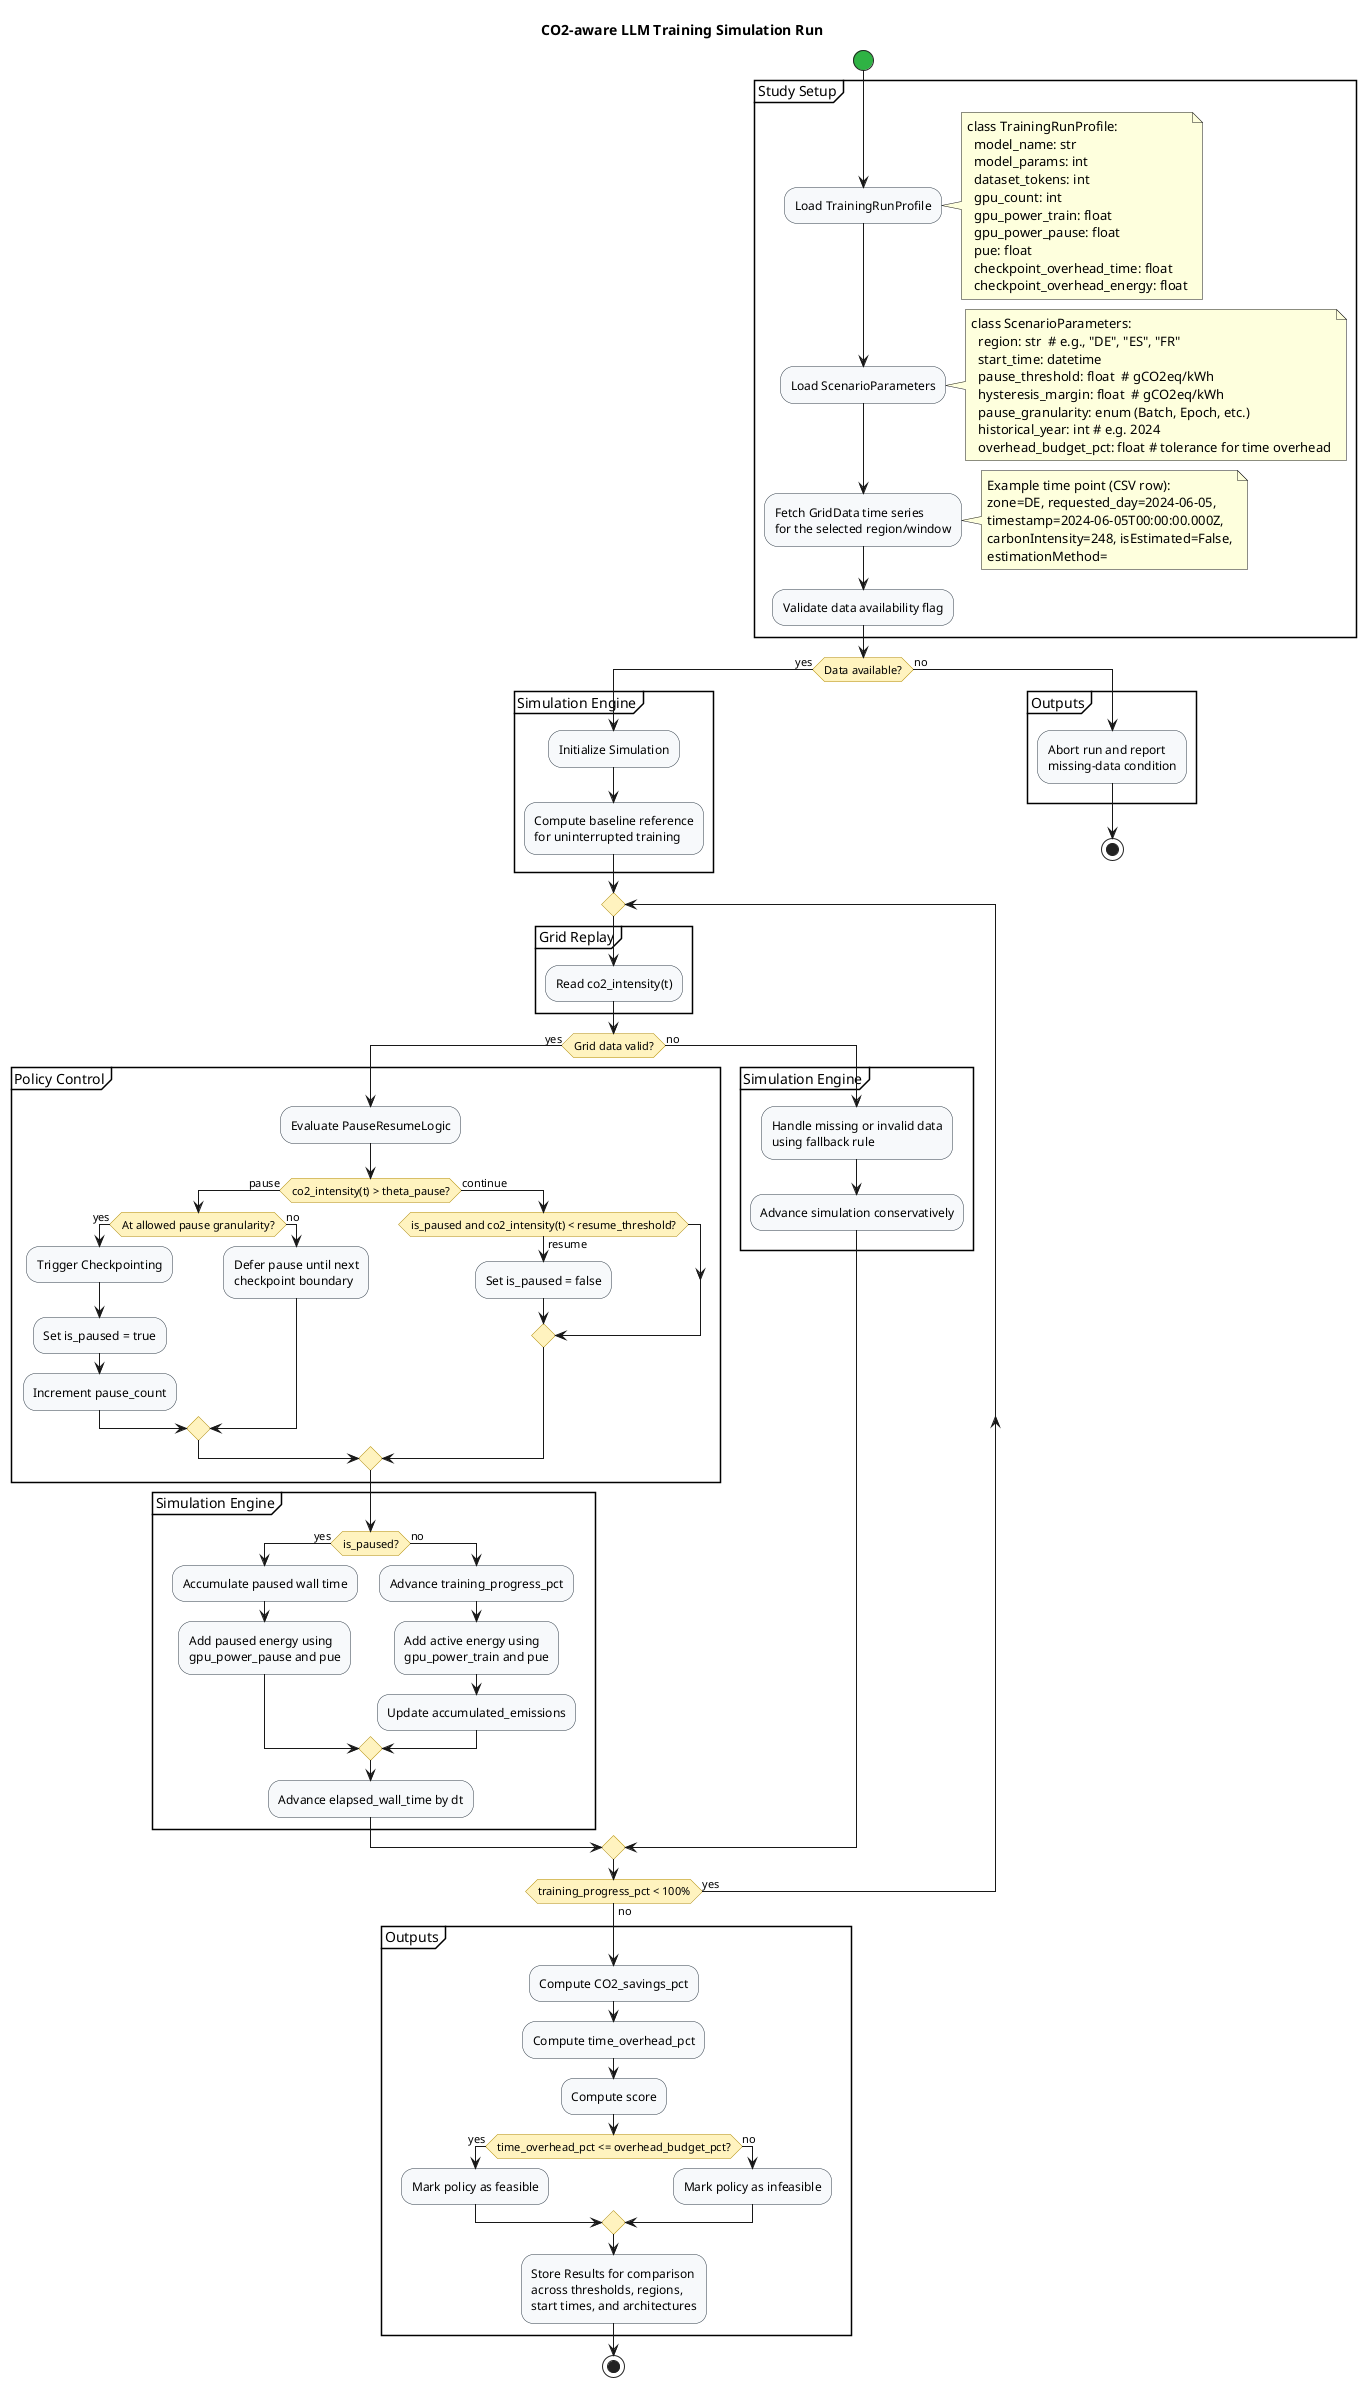
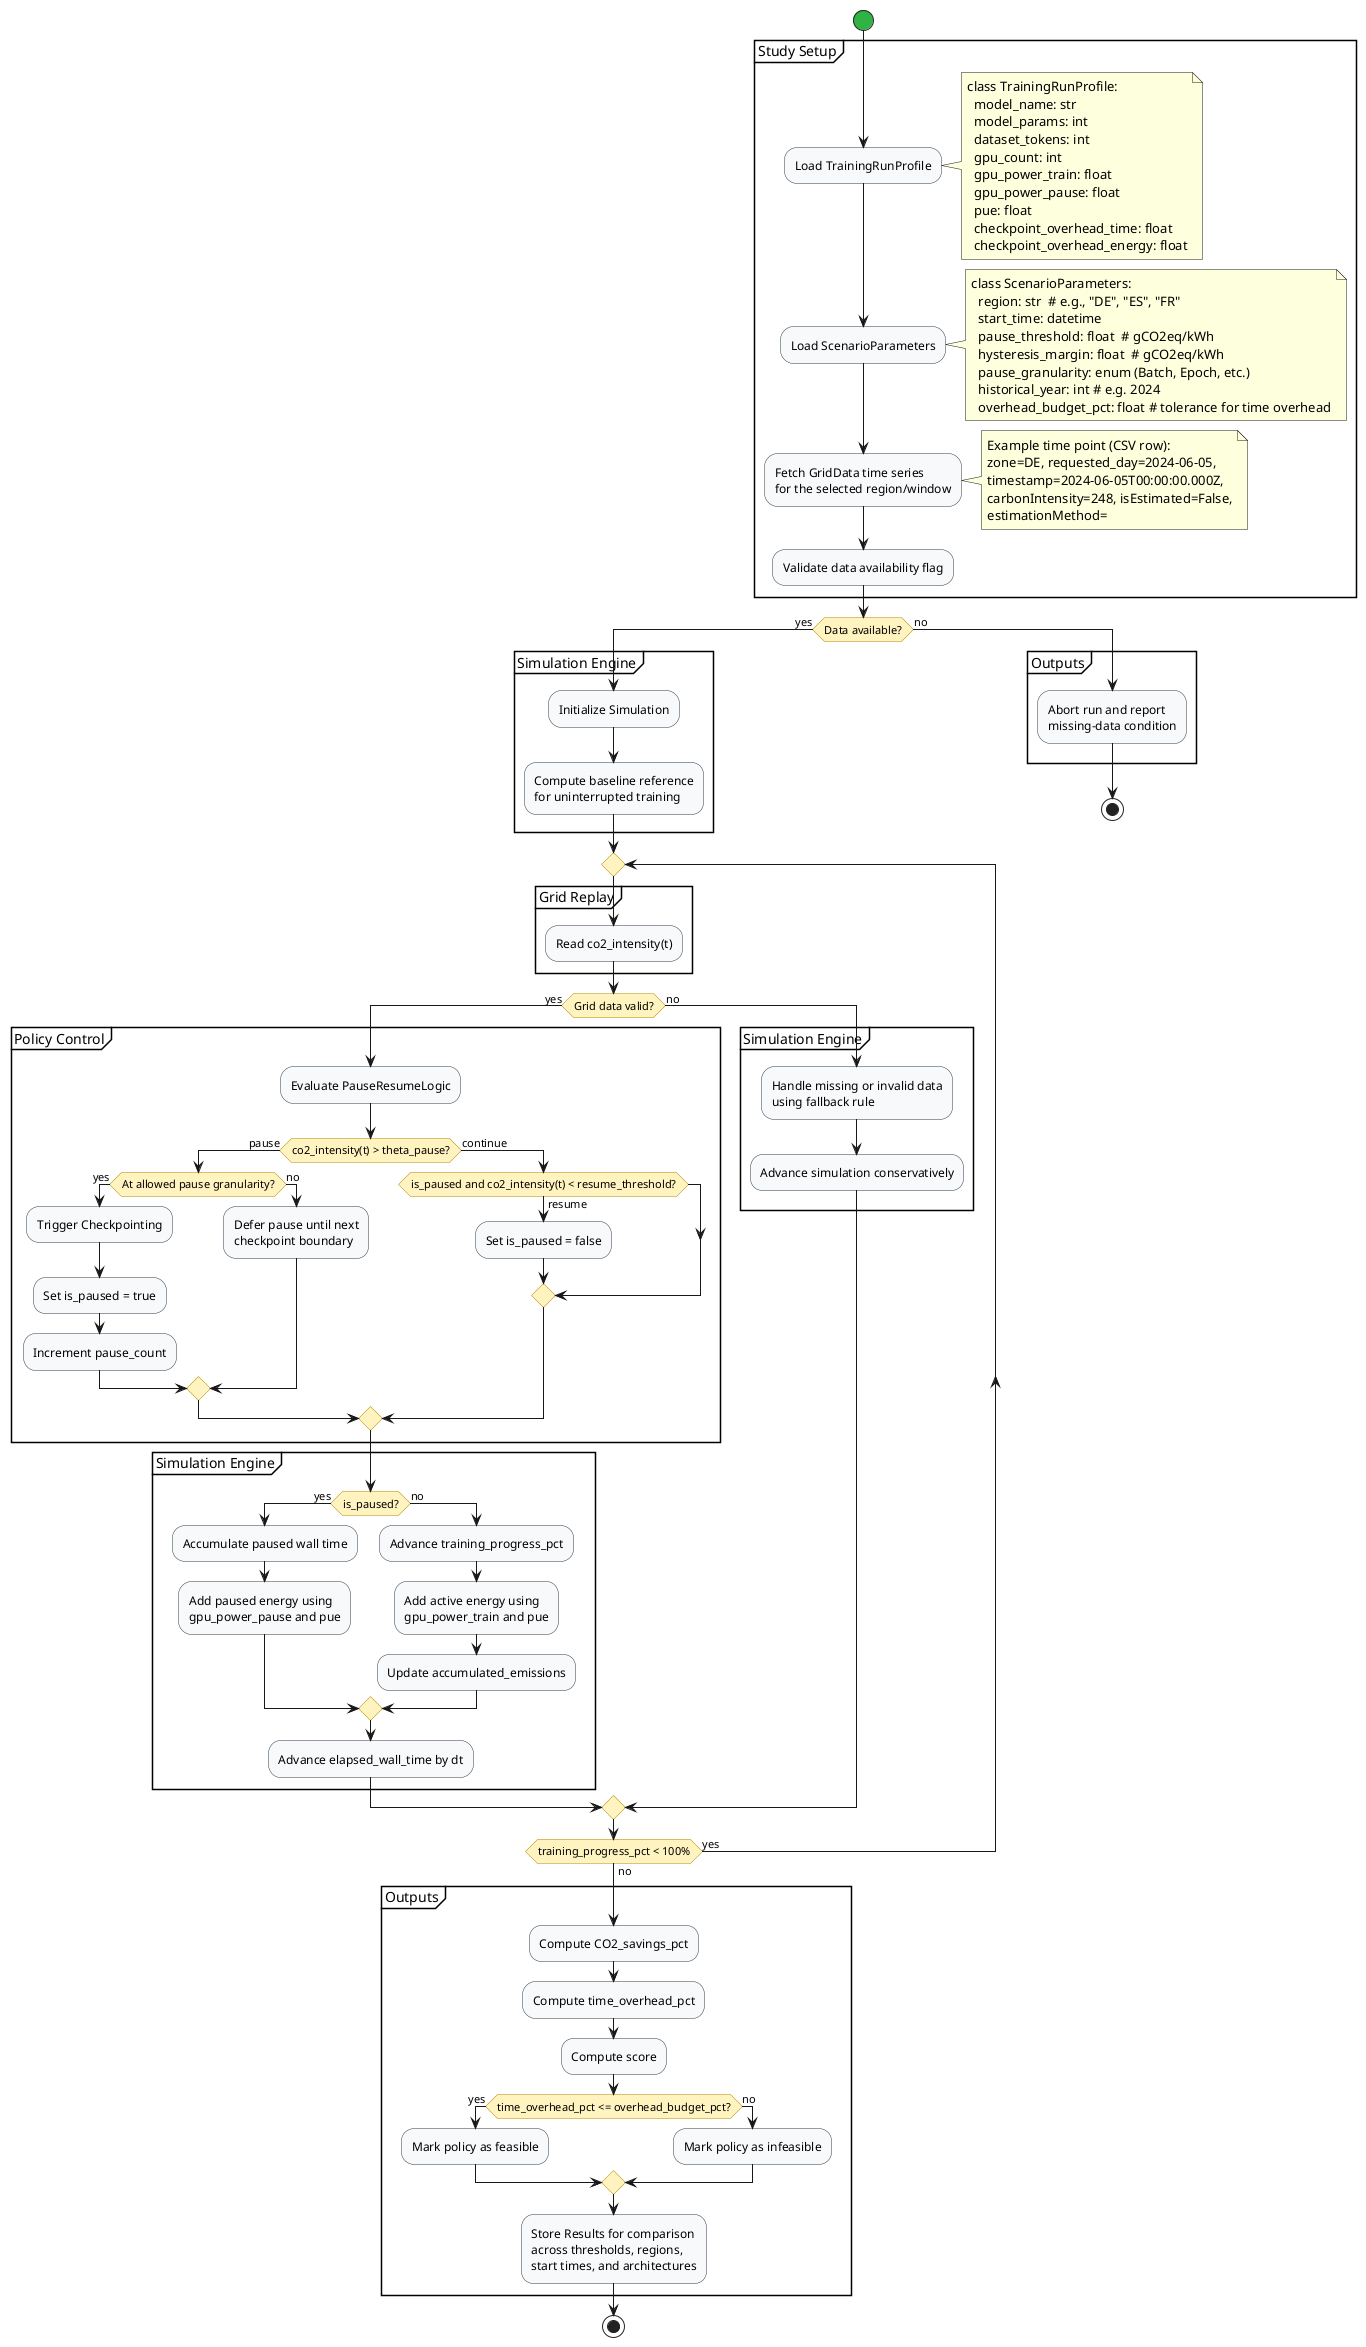
@startuml
- title CO2-aware LLM Training Simulation Run
+ 'title CO2-aware LLM Training Simulation Run

skinparam backgroundColor white
skinparam shadowing false
skinparam activity {
  BorderColor #2E3A46
  BackgroundColor #F7F9FB
  BarColor #5B8FF9
  StartColor #2FB344
  EndColor #D6336C
  DiamondBackgroundColor #FFF3BF
  DiamondBorderColor #B08900
}

start

partition "Study Setup" {
  :Load TrainingRunProfile;
  note right
    class TrainingRunProfile:
      model_name: str
      model_params: int
      dataset_tokens: int
      gpu_count: int
      gpu_power_train: float
      gpu_power_pause: float
      pue: float
      checkpoint_overhead_time: float
      checkpoint_overhead_energy: float
  end note
  :Load ScenarioParameters;
  note right
    class ScenarioParameters:
      region: str  # e.g., "DE", "ES", "FR"
      start_time: datetime
      pause_threshold: float  # gCO2eq/kWh
      hysteresis_margin: float  # gCO2eq/kWh
      pause_granularity: enum (Batch, Epoch, etc.)
      historical_year: int # e.g. 2024
      overhead_budget_pct: float # tolerance for time overhead
  end note
  :Fetch GridData time series
  for the selected region/window;
  note right
    Example time point (CSV row):
    zone=DE, requested_day=2024-06-05,
    timestamp=2024-06-05T00:00:00.000Z,
    carbonIntensity=248, isEstimated=False,
    estimationMethod=
  end note
  :Validate data availability flag;
}

if (Data available?) then (yes)
  partition "Simulation Engine" {
    :Initialize Simulation;
    :Compute baseline reference
    for uninterrupted training;
  }

  repeat
    partition "Grid Replay" {
      :Read co2_intensity(t);
      ' :Read electricity_price(t)
      ' for secondary analysis;
    }

    if (Grid data valid?) then (yes)
      partition "Policy Control" {
        :Evaluate PauseResumeLogic;
        if (co2_intensity(t) > theta_pause?) then (pause)
          if (At allowed pause granularity?) then (yes)
            :Trigger Checkpointing;
            :Set is_paused = true;
            :Increment pause_count;
          else (no)
            :Defer pause until next
            checkpoint boundary;
          endif
        else (continue)
          if (is_paused and co2_intensity(t) < resume_threshold?) then (resume)
            :Set is_paused = false;
          endif
        endif
      }

      partition "Simulation Engine" {
        if (is_paused?) then (yes)
          :Accumulate paused wall time;
          :Add paused energy using
          gpu_power_pause and pue;
        else (no)
          :Advance training_progress_pct;
          :Add active energy using
          gpu_power_train and pue;
          :Update accumulated_emissions;
        endif
        :Advance elapsed_wall_time by dt;
      }
    else (no)
      partition "Simulation Engine" {
        :Handle missing or invalid data
        using fallback rule;
        :Advance simulation conservatively;
      }
    endif

  repeat while (training_progress_pct < 100%) is (yes) not (no)

  partition "Outputs" {
    :Compute CO2_savings_pct;
    :Compute time_overhead_pct;
    :Compute score;
    if (time_overhead_pct <= overhead_budget_pct?) then (yes)
      :Mark policy as feasible;
    else (no)
      :Mark policy as infeasible;
    endif
    :Store Results for comparison
    across thresholds, regions,
    start times, and architectures;
  }

  stop
else (no)
  partition "Outputs" {
    :Abort run and report
    missing-data condition;
  }
  stop
endif

@enduml
